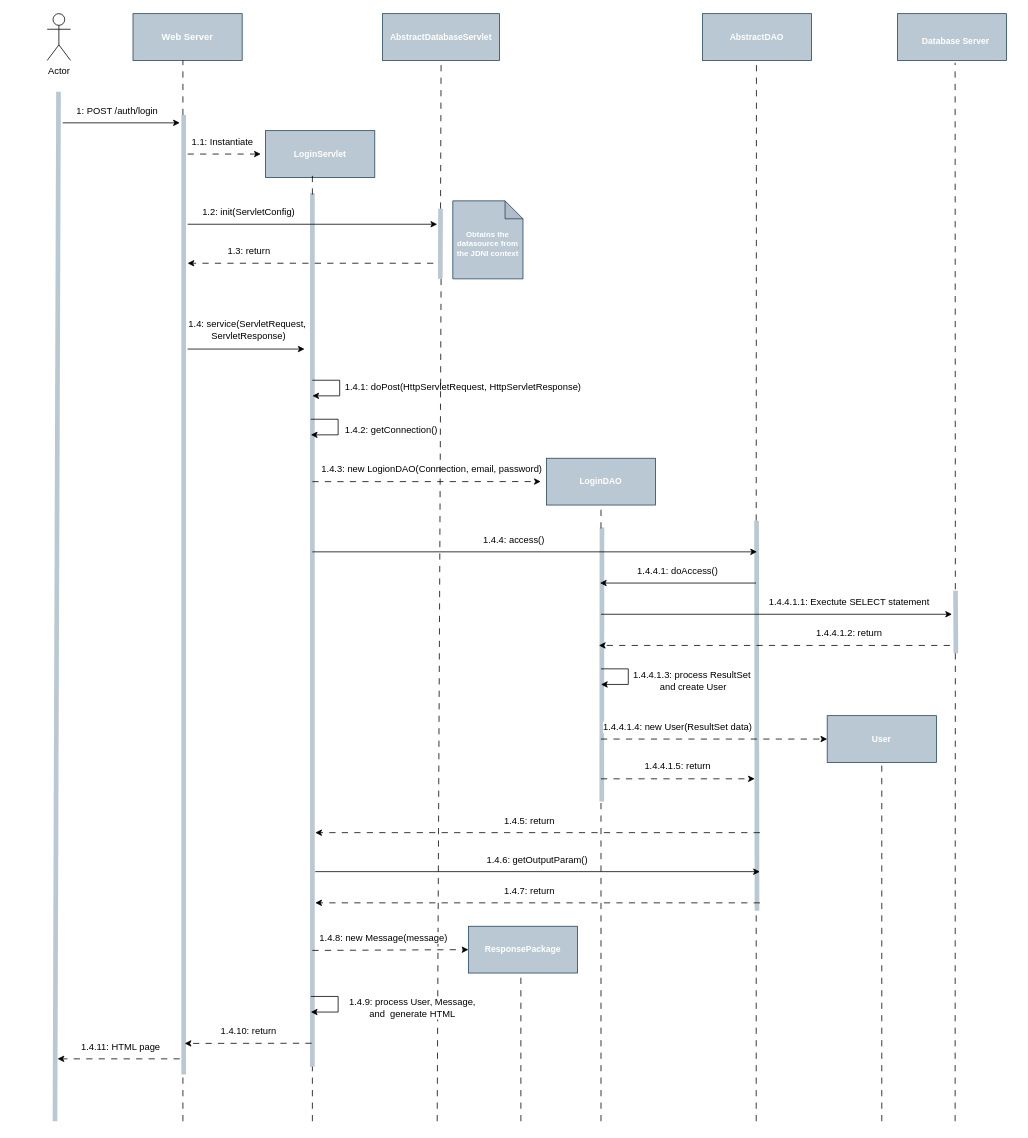
popovic01/AwesomeTournament keeps this draw.io diagram as docs/diagrams/sequence_diagram_login.drawio. Above is the earlier version. Source tidied: cells renumbered, new cells numbered last; positions are measured from the earlier drawing's top-left corner, leaving out a move shared by most shapes. Both pictures are drawn from the tidied source at 78%, with x=0, y=0 at pixel (12, 13).
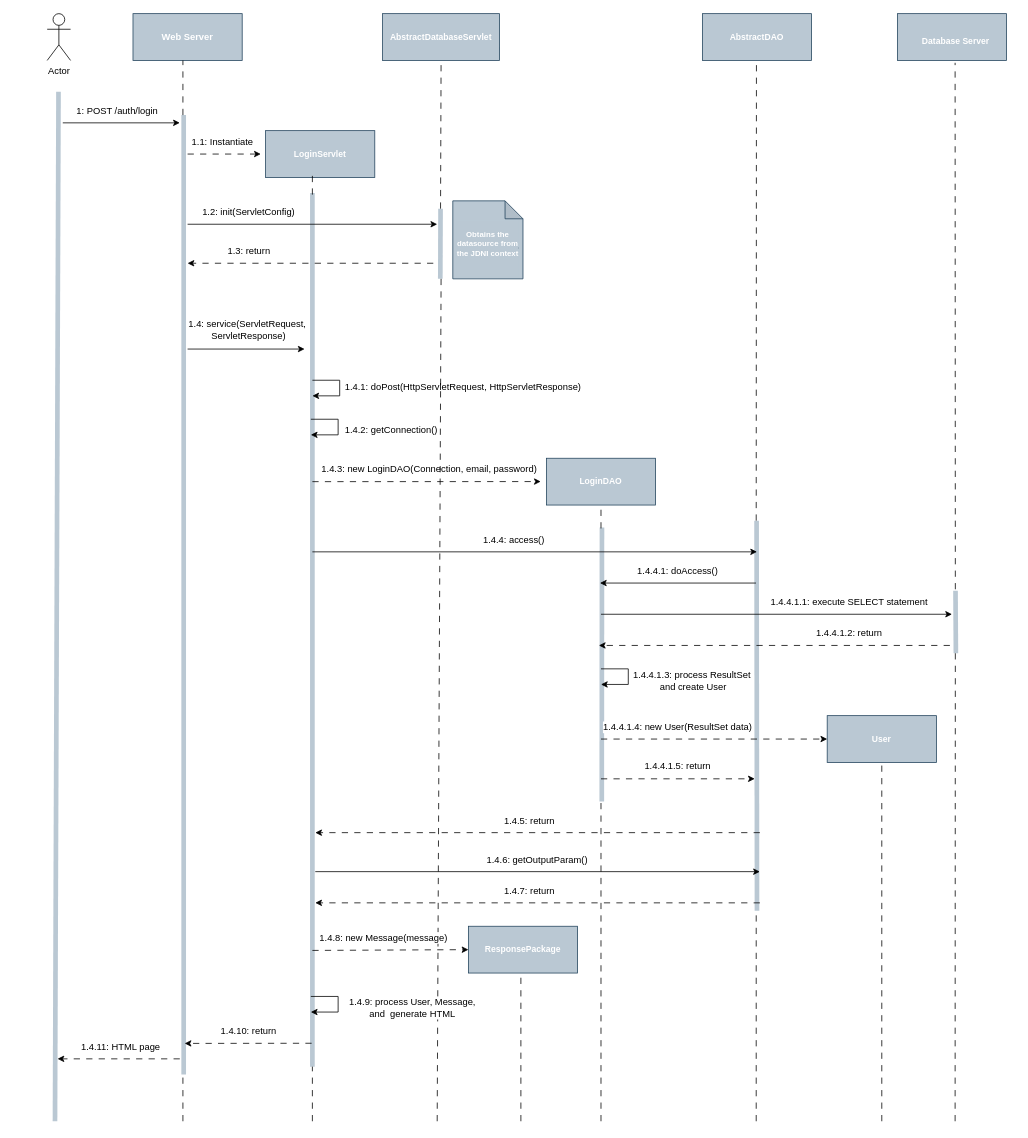
After the change.

Commit message (it also covers changes not shown here):
docs: fixed sequence diagram

The change refers to these unchanged cells:
```xml
<mxCell id="47" style="group;" parent="1" vertex="1">
  <mxGeometry x="694" y="570" width="140" height="60" as="geometry" />
</mxCell>
```

What changed in the source:
```diff
@@
-    <mxCell id="50" value="&lt;span style=&quot;font-family: Helvetica; font-style: normal; font-variant-ligatures: normal; font-variant-caps: normal; font-weight: 400; letter-spacing: normal; orphans: 2; text-align: center; text-indent: 0px; text-transform: none; widows: 2; word-spacing: 0px; -webkit-text-stroke-width: 0px; white-space: normal; text-decoration-thickness: initial; text-decoration-style: initial; text-decoration-color: initial; color: rgb(0, 0, 0); font-size: 12px;&quot;&gt;1.4.3: new LogionDAO(Connection,&amp;nbsp;&lt;/span&gt;&lt;span style=&quot;color: rgb(0, 0, 0); font-size: 12px; text-align: center;&quot;&gt;email, password)&lt;/span&gt;" style="text;whiteSpace=wrap;html=1;fontFamily=Helvetica;fontSize=11;fontColor=#FF99FF;labelBorderColor=none;labelBackgroundColor=default;" parent="47" vertex="1">
+    <mxCell id="50" value="&lt;span style=&quot;font-family: Helvetica; font-style: normal; font-variant-ligatures: normal; font-variant-caps: normal; font-weight: 400; letter-spacing: normal; orphans: 2; text-align: center; text-indent: 0px; text-transform: none; widows: 2; word-spacing: 0px; -webkit-text-stroke-width: 0px; white-space: normal; text-decoration-thickness: initial; text-decoration-style: initial; text-decoration-color: initial; color: rgb(0, 0, 0); font-size: 12px;&quot;&gt;1.4.3: new LoginDAO(Connection,&amp;nbsp;&lt;/span&gt;&lt;span style=&quot;color: rgb(0, 0, 0); font-size: 12px; text-align: center;&quot;&gt;email, password)&lt;/span&gt;" style="text;whiteSpace=wrap;html=1;fontFamily=Helvetica;fontSize=11;fontColor=#FF99FF;labelBorderColor=none;labelBackgroundColor=default;" parent="47" vertex="1">
       <mxGeometry x="-300" width="340" height="30" as="geometry" />
     </mxCell>
@@
-    <mxCell id="58" value="&lt;span style=&quot;color: rgb(0, 0, 0); font-size: 12px;&quot;&gt;1.4.4.1.1: Exectute SELECT statement&lt;/span&gt;" style="text;html=1;align=center;verticalAlign=middle;whiteSpace=wrap;rounded=0;fontFamily=Helvetica;fontSize=11;fontColor=#FF99FF;labelBorderColor=none;labelBackgroundColor=default;" parent="1" vertex="1">
+    <mxCell id="58" value="&lt;span style=&quot;color: rgb(0, 0, 0); font-size: 12px;&quot;&gt;1.4.4.1.1: execute SELECT statement&lt;/span&gt;" style="text;html=1;align=center;verticalAlign=middle;whiteSpace=wrap;rounded=0;fontFamily=Helvetica;fontSize=11;fontColor=#FF99FF;labelBorderColor=none;labelBackgroundColor=default;" parent="1" vertex="1">
       <mxGeometry x="934" y="740" width="277.3" height="30" as="geometry" />
     </mxCell>
```
